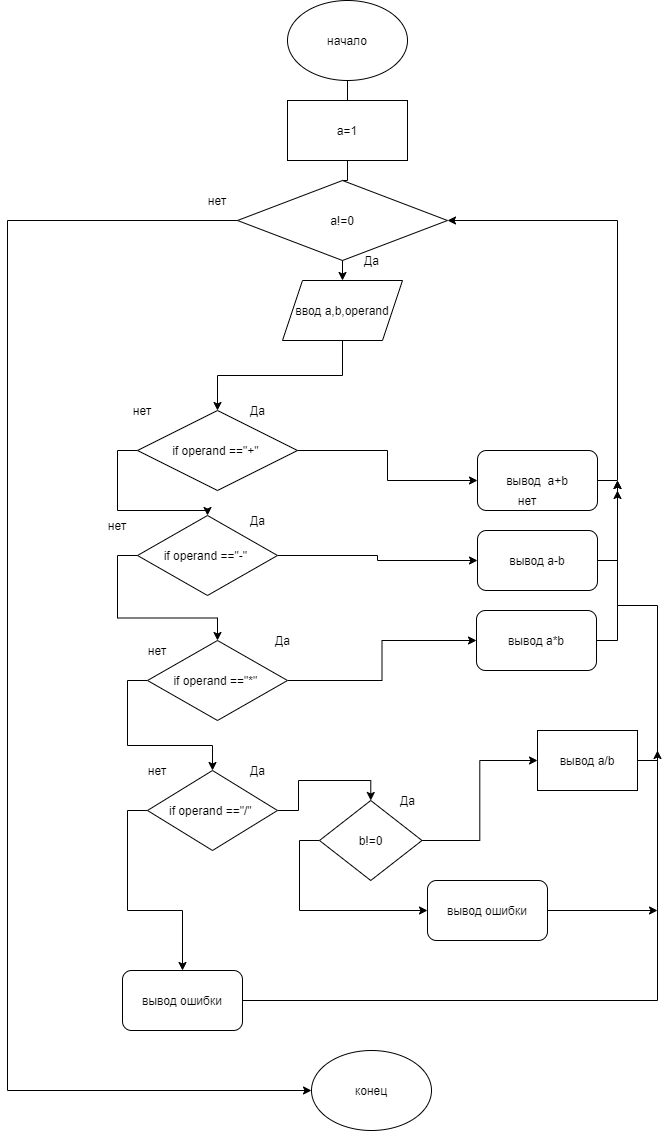
globus024/algorytme keeps this draw.io diagram as less2.png. Above is the earlier version. Source tidied: cells renumbered, new cells last; positions are measured from the earlier drawing's top-left corner, leaving out a move shared by most shapes.
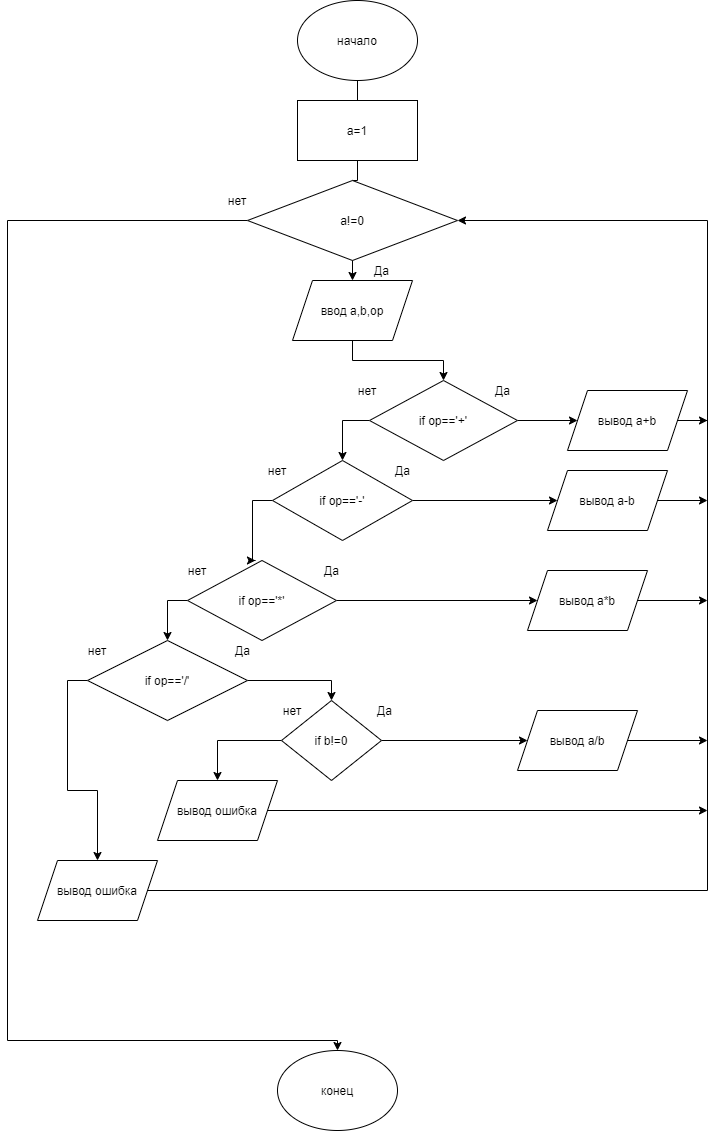
After the commit.

Change to the diagram source:
```diff
@@ -8,17 +8,17 @@
     <mxCell id="3" value="начало" style="ellipse;whiteSpace=wrap;html=1;" parent="1" vertex="1">
       <mxGeometry x="280" width="120" height="80" as="geometry" />
     </mxCell>
-    <mxCell id="4" style="edgeStyle=orthogonalEdgeStyle;rounded=0;jettySize=auto;html=1;exitX=0.5;exitY=1;exitDx=0;exitDy=0;" parent="1" edge="1" source="5" target="11">
-      <mxGeometry relative="1" as="geometry" />
-    </mxCell>
+    <mxCell id="49" style="edgeStyle=orthogonalEdgeStyle;rounded=0;jettySize=auto;html=1;entryX=0.5;entryY=0;entryDx=0;entryDy=0;" parent="1" edge="1" source="5" target="52">
+      <mxGeometry relative="1" as="geometry" />
+    </mxCell>
-    <mxCell id="5" value="ввод a,b,operand" style="shape=parallelogram;perimeter=parallelogramPerimeter;whiteSpace=wrap;html=1;fixedSize=1;" parent="1" vertex="1">
+    <mxCell id="5" value="ввод a,b,op" style="shape=parallelogram;perimeter=parallelogramPerimeter;whiteSpace=wrap;html=1;fixedSize=1;" parent="1" vertex="1">
       <mxGeometry x="275" y="280" width="120" height="60" as="geometry" />
     </mxCell>
     <mxCell id="6" style="edgeStyle=orthogonalEdgeStyle;rounded=0;jettySize=auto;html=1;exitX=0;exitY=0.5;exitDx=0;exitDy=0;" parent="1" edge="1" source="7" target="48">
       <mxGeometry relative="1" as="geometry">
         <Array as="points">
-          <mxPoint y="220" />
-          <mxPoint y="1090" />
+          <mxPoint x="-10" y="220" />
+          <mxPoint x="-10" y="1040" />
         </Array>
       </mxGeometry>
     </mxCell>
@@ -28,135 +28,140 @@
     <mxCell id="8" value="a=1" style="rounded=0;whiteSpace=wrap;html=1;" parent="1" vertex="1">
       <mxGeometry x="280" y="100" width="120" height="60" as="geometry" />
     </mxCell>
-    <mxCell id="9" style="edgeStyle=orthogonalEdgeStyle;rounded=0;jettySize=auto;html=1;exitX=1;exitY=0.5;exitDx=0;exitDy=0;" parent="1" edge="1" source="11" target="13">
-      <mxGeometry relative="1" as="geometry" />
-    </mxCell>
-    <mxCell id="10" style="edgeStyle=orthogonalEdgeStyle;rounded=0;jettySize=auto;html=1;exitX=0;exitY=0.5;exitDx=0;exitDy=0;" parent="1" edge="1" source="11" target="16">
-      <mxGeometry relative="1" as="geometry" />
-    </mxCell>
-    <mxCell id="11" value="if operand ==&quot;+&quot;&amp;nbsp;" style="rhombus;whiteSpace=wrap;html=1;" parent="1" vertex="1">
-      <mxGeometry x="130" y="410" width="160" height="80" as="geometry" />
-    </mxCell>
-    <mxCell id="12" style="edgeStyle=orthogonalEdgeStyle;rounded=0;jettySize=auto;html=1;exitX=1;exitY=0.5;exitDx=0;exitDy=0;entryX=1;entryY=0.5;entryDx=0;entryDy=0;" parent="1" edge="1" source="13" target="7">
-      <mxGeometry relative="1" as="geometry" />
-    </mxCell>
+    <mxCell id="48" value="конец" style="ellipse;whiteSpace=wrap;html=1;" parent="1" vertex="1">
+      <mxGeometry x="260" y="1050" width="120" height="80" as="geometry" />
+    </mxCell>
+    <mxCell id="50" style="edgeStyle=orthogonalEdgeStyle;rounded=0;jettySize=auto;html=1;exitX=1;exitY=0.5;exitDx=0;exitDy=0;entryX=0;entryY=0.5;entryDx=0;entryDy=0;" parent="1" edge="1" source="52" target="13">
+      <mxGeometry relative="1" as="geometry" />
+    </mxCell>
+    <mxCell id="51" style="edgeStyle=orthogonalEdgeStyle;rounded=0;jettySize=auto;html=1;exitX=0;exitY=0.5;exitDx=0;exitDy=0;" parent="1" edge="1" source="52" target="56">
+      <mxGeometry relative="1" as="geometry" />
+    </mxCell>
+    <mxCell id="52" value="if op=='+'" style="rhombus;whiteSpace=wrap;html=1;" parent="1" vertex="1">
+      <mxGeometry x="352" y="380" width="148" height="80" as="geometry" />
+    </mxCell>
+    <mxCell id="53" style="edgeStyle=orthogonalEdgeStyle;rounded=0;jettySize=auto;html=1;" parent="1" edge="1" source="13">
+      <mxGeometry relative="1" as="geometry">
+        <mxPoint x="690" y="420" as="targetPoint" />
+      </mxGeometry>
+    </mxCell>
-    <mxCell id="13" value="вывод&amp;nbsp; a+b" style="rounded=1;whiteSpace=wrap;html=1;" parent="1" vertex="1">
-      <mxGeometry x="470" y="450" width="120" height="60" as="geometry" />
+    <mxCell id="13" value="&lt;span&gt;вывод a+b&lt;/span&gt;" style="shape=parallelogram;perimeter=parallelogramPerimeter;whiteSpace=wrap;html=1;fixedSize=1;" parent="1" vertex="1">
+      <mxGeometry x="550" y="390" width="120" height="60" as="geometry" />
     </mxCell>
-    <mxCell id="14" style="edgeStyle=orthogonalEdgeStyle;rounded=0;jettySize=auto;html=1;entryX=0;entryY=0.5;entryDx=0;entryDy=0;" parent="1" edge="1" source="16" target="19">
-      <mxGeometry relative="1" as="geometry" />
-    </mxCell>
-    <mxCell id="15" style="edgeStyle=orthogonalEdgeStyle;rounded=0;jettySize=auto;html=1;exitX=0;exitY=0.5;exitDx=0;exitDy=0;" parent="1" edge="1" source="16" target="23">
-      <mxGeometry relative="1" as="geometry" />
-    </mxCell>
-    <mxCell id="16" value="&lt;span&gt;if operand ==&quot;-&quot;&amp;nbsp;&lt;/span&gt;" style="rhombus;whiteSpace=wrap;html=1;" parent="1" vertex="1">
-      <mxGeometry x="130" y="515" width="140" height="80" as="geometry" />
-    </mxCell>
-    <mxCell id="17" value="Да" style="text;html=1;align=center;verticalAlign=middle;" parent="1" vertex="1">
-      <mxGeometry x="235" y="400" width="30" height="20" as="geometry" />
-    </mxCell>
-    <mxCell id="18" style="edgeStyle=orthogonalEdgeStyle;rounded=0;jettySize=auto;html=1;exitX=1;exitY=0.5;exitDx=0;exitDy=0;" parent="1" edge="1" source="19">
-      <mxGeometry relative="1" as="geometry">
-        <mxPoint x="610" y="480" as="targetPoint" />
-      </mxGeometry>
-    </mxCell>
+    <mxCell id="54" style="edgeStyle=orthogonalEdgeStyle;rounded=0;jettySize=auto;html=1;exitX=1;exitY=0.5;exitDx=0;exitDy=0;entryX=0;entryY=0.5;entryDx=0;entryDy=0;" parent="1" edge="1" source="56" target="19">
+      <mxGeometry relative="1" as="geometry" />
+    </mxCell>
+    <mxCell id="55" style="edgeStyle=orthogonalEdgeStyle;rounded=0;jettySize=auto;html=1;exitX=0;exitY=0.5;exitDx=0;exitDy=0;entryX=0.456;entryY=0;entryDx=0;entryDy=0;entryPerimeter=0;" parent="1" edge="1" source="56" target="63">
+      <mxGeometry relative="1" as="geometry" />
+    </mxCell>
+    <mxCell id="56" value="&lt;span&gt;if op=='-'&lt;/span&gt;" style="rhombus;whiteSpace=wrap;html=1;" parent="1" vertex="1">
+      <mxGeometry x="255" y="460" width="140" height="80" as="geometry" />
+    </mxCell>
+    <mxCell id="57" style="edgeStyle=orthogonalEdgeStyle;rounded=0;jettySize=auto;html=1;" parent="1" edge="1" source="19">
+      <mxGeometry relative="1" as="geometry">
+        <mxPoint x="690" y="500" as="targetPoint" />
+      </mxGeometry>
+    </mxCell>
-    <mxCell id="19" value="вывод a-b" style="rounded=1;whiteSpace=wrap;html=1;" parent="1" vertex="1">
-      <mxGeometry x="470" y="530" width="120" height="60" as="geometry" />
+    <mxCell id="19" value="&lt;span&gt;вывод a-b&lt;/span&gt;" style="shape=parallelogram;perimeter=parallelogramPerimeter;whiteSpace=wrap;html=1;fixedSize=1;" parent="1" vertex="1">
+      <mxGeometry x="530" y="470" width="120" height="60" as="geometry" />
     </mxCell>
-    <mxCell id="20" value="Да" style="text;html=1;align=center;verticalAlign=middle;" parent="1" vertex="1">
-      <mxGeometry x="235" y="510" width="30" height="20" as="geometry" />
-    </mxCell>
-    <mxCell id="21" style="edgeStyle=orthogonalEdgeStyle;rounded=0;jettySize=auto;html=1;exitX=1;exitY=0.5;exitDx=0;exitDy=0;entryX=0;entryY=0.5;entryDx=0;entryDy=0;" parent="1" edge="1" source="23" target="25">
-      <mxGeometry relative="1" as="geometry" />
-    </mxCell>
-    <mxCell id="22" style="edgeStyle=orthogonalEdgeStyle;rounded=0;jettySize=auto;html=1;exitX=0;exitY=0.5;exitDx=0;exitDy=0;" parent="1" edge="1" source="23" target="32">
-      <mxGeometry relative="1" as="geometry" />
-    </mxCell>
-    <mxCell id="23" value="&lt;span&gt;if operand ==&quot;*&quot;&amp;nbsp;&lt;/span&gt;" style="rhombus;whiteSpace=wrap;html=1;" parent="1" vertex="1">
-      <mxGeometry x="140" y="640" width="140" height="80" as="geometry" />
-    </mxCell>
-    <mxCell id="24" style="edgeStyle=orthogonalEdgeStyle;rounded=0;jettySize=auto;html=1;exitX=1;exitY=0.5;exitDx=0;exitDy=0;" parent="1" edge="1" source="25">
-      <mxGeometry relative="1" as="geometry">
-        <mxPoint x="610" y="490" as="targetPoint" />
-      </mxGeometry>
-    </mxCell>
+    <mxCell id="58" style="edgeStyle=orthogonalEdgeStyle;rounded=0;jettySize=auto;html=1;entryX=0.5;entryY=0;entryDx=0;entryDy=0;" parent="1" edge="1" source="60" target="68">
+      <mxGeometry relative="1" as="geometry" />
+    </mxCell>
+    <mxCell id="59" style="edgeStyle=orthogonalEdgeStyle;rounded=0;jettySize=auto;html=1;exitX=0;exitY=0.5;exitDx=0;exitDy=0;entryX=0.5;entryY=0;entryDx=0;entryDy=0;" parent="1" edge="1" source="60" target="72">
+      <mxGeometry relative="1" as="geometry" />
+    </mxCell>
+    <mxCell id="60" value="&lt;span&gt;if op=='/'&lt;/span&gt;" style="rhombus;whiteSpace=wrap;html=1;" parent="1" vertex="1">
+      <mxGeometry x="70" y="640" width="160" height="80" as="geometry" />
+    </mxCell>
+    <mxCell id="61" style="edgeStyle=orthogonalEdgeStyle;rounded=0;jettySize=auto;html=1;entryX=0;entryY=0.5;entryDx=0;entryDy=0;" parent="1" edge="1" source="63" target="25">
+      <mxGeometry relative="1" as="geometry" />
+    </mxCell>
+    <mxCell id="62" style="edgeStyle=orthogonalEdgeStyle;rounded=0;jettySize=auto;html=1;exitX=0;exitY=0.5;exitDx=0;exitDy=0;entryX=0.5;entryY=0;entryDx=0;entryDy=0;" parent="1" edge="1" source="63" target="60">
+      <mxGeometry relative="1" as="geometry" />
+    </mxCell>
+    <mxCell id="63" value="&lt;span&gt;if op=='*'&lt;/span&gt;" style="rhombus;whiteSpace=wrap;html=1;" parent="1" vertex="1">
+      <mxGeometry x="170" y="560" width="149" height="80" as="geometry" />
+    </mxCell>
+    <mxCell id="64" style="edgeStyle=orthogonalEdgeStyle;rounded=0;jettySize=auto;html=1;" parent="1" edge="1" source="25">
+      <mxGeometry relative="1" as="geometry">
+        <mxPoint x="690" y="600" as="targetPoint" />
+      </mxGeometry>
+    </mxCell>
-    <mxCell id="25" value="вывод a*b" style="rounded=1;whiteSpace=wrap;html=1;" parent="1" vertex="1">
-      <mxGeometry x="469" y="610" width="120" height="60" as="geometry" />
+    <mxCell id="25" value="&lt;span&gt;вывод a*b&lt;/span&gt;" style="shape=parallelogram;perimeter=parallelogramPerimeter;whiteSpace=wrap;html=1;fixedSize=1;" parent="1" vertex="1">
+      <mxGeometry x="510" y="570" width="120" height="60" as="geometry" />
     </mxCell>
-    <mxCell id="26" value="нет" style="text;html=1;strokeColor=none;fillColor=none;align=center;verticalAlign=middle;whiteSpace=wrap;rounded=0;" parent="1" vertex="1">
-      <mxGeometry x="115" y="400" width="40" height="20" as="geometry" />
-    </mxCell>
-    <mxCell id="27" value="нет" style="text;html=1;strokeColor=none;fillColor=none;align=center;verticalAlign=middle;whiteSpace=wrap;rounded=0;" parent="1" vertex="1">
-      <mxGeometry x="90" y="515" width="40" height="20" as="geometry" />
-    </mxCell>
-    <mxCell id="28" value="нет" style="text;html=1;strokeColor=none;fillColor=none;align=center;verticalAlign=middle;whiteSpace=wrap;rounded=0;" parent="1" vertex="1">
-      <mxGeometry x="130" y="640" width="40" height="20" as="geometry" />
-    </mxCell>
-    <mxCell id="29" value="Да" style="text;html=1;align=center;verticalAlign=middle;" parent="1" vertex="1">
-      <mxGeometry x="260" y="630" width="30" height="20" as="geometry" />
-    </mxCell>
-    <mxCell id="30" style="edgeStyle=orthogonalEdgeStyle;rounded=0;jettySize=auto;html=1;exitX=1;exitY=0.5;exitDx=0;exitDy=0;entryX=0.5;entryY=0;entryDx=0;entryDy=0;" parent="1" edge="1" source="32" target="35">
-      <mxGeometry relative="1" as="geometry" />
-    </mxCell>
-    <mxCell id="31" style="edgeStyle=orthogonalEdgeStyle;rounded=0;jettySize=auto;html=1;exitX=0;exitY=0.5;exitDx=0;exitDy=0;" parent="1" edge="1" source="32" target="40">
-      <mxGeometry relative="1" as="geometry" />
-    </mxCell>
-    <mxCell id="32" value="&lt;span&gt;if operand ==&quot;/&quot;&amp;nbsp;&lt;/span&gt;" style="rhombus;whiteSpace=wrap;html=1;" parent="1" vertex="1">
-      <mxGeometry x="140" y="770" width="130" height="80" as="geometry" />
-    </mxCell>
-    <mxCell id="33" style="edgeStyle=orthogonalEdgeStyle;rounded=0;jettySize=auto;html=1;exitX=1;exitY=0.5;exitDx=0;exitDy=0;entryX=0;entryY=0.5;entryDx=0;entryDy=0;" parent="1" edge="1" source="35" target="38">
-      <mxGeometry relative="1" as="geometry" />
-    </mxCell>
-    <mxCell id="34" style="edgeStyle=orthogonalEdgeStyle;rounded=0;jettySize=auto;html=1;exitX=0;exitY=0.5;exitDx=0;exitDy=0;" parent="1" edge="1" source="35" target="42">
-      <mxGeometry relative="1" as="geometry" />
-    </mxCell>
-    <mxCell id="35" value="b!=0" style="rhombus;whiteSpace=wrap;html=1;" parent="1" vertex="1">
-      <mxGeometry x="312" y="800" width="102.5" height="80" as="geometry" />
-    </mxCell>
-    <mxCell id="36" value="Да" style="text;html=1;align=center;verticalAlign=middle;" parent="1" vertex="1">
-      <mxGeometry x="235" y="760" width="30" height="20" as="geometry" />
-    </mxCell>
-    <mxCell id="37" style="edgeStyle=orthogonalEdgeStyle;rounded=0;jettySize=auto;html=1;exitX=1;exitY=0.5;exitDx=0;exitDy=0;" parent="1" edge="1" source="38">
-      <mxGeometry relative="1" as="geometry">
-        <mxPoint x="610" y="480" as="targetPoint" />
-      </mxGeometry>
-    </mxCell>
+    <mxCell id="65" style="edgeStyle=orthogonalEdgeStyle;rounded=0;jettySize=auto;html=1;" parent="1" edge="1" source="38">
+      <mxGeometry relative="1" as="geometry">
+        <mxPoint x="690" y="740" as="targetPoint" />
+      </mxGeometry>
+    </mxCell>
-    <mxCell id="38" value="вывод a/b" style="rounded=0;whiteSpace=wrap;html=1;" parent="1" vertex="1">
-      <mxGeometry x="530" y="730" width="100" height="60" as="geometry" />
+    <mxCell id="38" value="&lt;span&gt;вывод a/b&lt;/span&gt;" style="shape=parallelogram;perimeter=parallelogramPerimeter;whiteSpace=wrap;html=1;fixedSize=1;" parent="1" vertex="1">
+      <mxGeometry x="500" y="710" width="120" height="60" as="geometry" />
     </mxCell>
-    <mxCell id="39" style="edgeStyle=orthogonalEdgeStyle;rounded=0;jettySize=auto;html=1;" parent="1" edge="1" source="40">
-      <mxGeometry relative="1" as="geometry">
-        <mxPoint x="650" y="750" as="targetPoint" />
-      </mxGeometry>
-    </mxCell>
-    <mxCell id="40" value="вывод ошибки" style="rounded=1;whiteSpace=wrap;html=1;" parent="1" vertex="1">
-      <mxGeometry x="115" y="970" width="120" height="60" as="geometry" />
-    </mxCell>
-    <mxCell id="41" style="edgeStyle=orthogonalEdgeStyle;rounded=0;jettySize=auto;html=1;exitX=1;exitY=0.5;exitDx=0;exitDy=0;" parent="1" edge="1" source="42">
-      <mxGeometry relative="1" as="geometry">
-        <mxPoint x="650" y="910" as="targetPoint" />
-      </mxGeometry>
-    </mxCell>
-    <mxCell id="42" value="&lt;span&gt;вывод ошибки&lt;/span&gt;" style="rounded=1;whiteSpace=wrap;html=1;" parent="1" vertex="1">
-      <mxGeometry x="420" y="880" width="120" height="60" as="geometry" />
-    </mxCell>
-    <mxCell id="43" value="нет" style="text;html=1;strokeColor=none;fillColor=none;align=center;verticalAlign=middle;whiteSpace=wrap;rounded=0;" parent="1" vertex="1">
-      <mxGeometry x="130" y="760" width="40" height="20" as="geometry" />
-    </mxCell>
-    <mxCell id="44" value="Да" style="text;html=1;align=center;verticalAlign=middle;" parent="1" vertex="1">
-      <mxGeometry x="384.5" y="790" width="30" height="20" as="geometry" />
-    </mxCell>
-    <mxCell id="45" value="Да" style="text;html=1;align=center;verticalAlign=middle;" parent="1" vertex="1">
-      <mxGeometry x="349" y="250" width="30" height="20" as="geometry" />
-    </mxCell>
-    <mxCell id="46" value="нет" style="text;html=1;strokeColor=none;fillColor=none;align=center;verticalAlign=middle;whiteSpace=wrap;rounded=0;" parent="1" vertex="1">
-      <mxGeometry x="500" y="490" width="40" height="20" as="geometry" />
-    </mxCell>
-    <mxCell id="47" value="нет" style="text;html=1;strokeColor=none;fillColor=none;align=center;verticalAlign=middle;whiteSpace=wrap;rounded=0;" parent="1" vertex="1">
-      <mxGeometry x="190" y="190" width="40" height="20" as="geometry" />
-    </mxCell>
-    <mxCell id="48" value="конец" style="ellipse;whiteSpace=wrap;html=1;" parent="1" vertex="1">
-      <mxGeometry x="304" y="1050" width="120" height="80" as="geometry" />
-    </mxCell>
+    <mxCell id="66" style="edgeStyle=orthogonalEdgeStyle;rounded=0;jettySize=auto;html=1;exitX=1;exitY=0.5;exitDx=0;exitDy=0;entryX=0;entryY=0.5;entryDx=0;entryDy=0;" parent="1" edge="1" source="68" target="38">
+      <mxGeometry relative="1" as="geometry" />
+    </mxCell>
+    <mxCell id="67" style="edgeStyle=orthogonalEdgeStyle;rounded=0;jettySize=auto;html=1;entryX=0.5;entryY=0;entryDx=0;entryDy=0;" parent="1" edge="1" source="68" target="70">
+      <mxGeometry relative="1" as="geometry" />
+    </mxCell>
+    <mxCell id="68" value="if b!=0" style="rhombus;whiteSpace=wrap;html=1;" parent="1" vertex="1">
+      <mxGeometry x="264" y="700" width="100" height="80" as="geometry" />
+    </mxCell>
+    <mxCell id="69" style="edgeStyle=orthogonalEdgeStyle;rounded=0;jettySize=auto;html=1;" parent="1" edge="1" source="70">
+      <mxGeometry relative="1" as="geometry">
+        <mxPoint x="690" y="810" as="targetPoint" />
+      </mxGeometry>
+    </mxCell>
+    <mxCell id="70" value="&lt;span&gt;вывод ошибка&lt;/span&gt;" style="shape=parallelogram;perimeter=parallelogramPerimeter;whiteSpace=wrap;html=1;fixedSize=1;" parent="1" vertex="1">
+      <mxGeometry x="140" y="780" width="120" height="60" as="geometry" />
+    </mxCell>
+    <mxCell id="71" style="edgeStyle=orthogonalEdgeStyle;rounded=0;jettySize=auto;html=1;entryX=1;entryY=0.5;entryDx=0;entryDy=0;" parent="1" edge="1" source="72" target="7">
+      <mxGeometry relative="1" as="geometry">
+        <Array as="points">
+          <mxPoint x="690" y="890" />
+          <mxPoint x="690" y="220" />
+        </Array>
+      </mxGeometry>
+    </mxCell>
+    <mxCell id="72" value="вывод ошибка" style="shape=parallelogram;perimeter=parallelogramPerimeter;whiteSpace=wrap;html=1;fixedSize=1;" parent="1" vertex="1">
+      <mxGeometry x="20" y="860" width="120" height="60" as="geometry" />
+    </mxCell>
+    <mxCell id="73" value="Да" style="text;html=1;align=center;verticalAlign=middle;" parent="1" vertex="1">
+      <mxGeometry x="370" y="460" width="30" height="20" as="geometry" />
+    </mxCell>
+    <mxCell id="74" value="Да" style="text;html=1;align=center;verticalAlign=middle;" parent="1" vertex="1">
+      <mxGeometry x="470" y="380" width="30" height="20" as="geometry" />
+    </mxCell>
+    <mxCell id="75" value="Да" style="text;html=1;align=center;verticalAlign=middle;" parent="1" vertex="1">
+      <mxGeometry x="299" y="560" width="30" height="20" as="geometry" />
+    </mxCell>
+    <mxCell id="76" value="Да" style="text;html=1;align=center;verticalAlign=middle;" parent="1" vertex="1">
+      <mxGeometry x="210" y="640" width="30" height="20" as="geometry" />
+    </mxCell>
+    <mxCell id="77" value="Да" style="text;html=1;align=center;verticalAlign=middle;" parent="1" vertex="1">
+      <mxGeometry x="349" y="260" width="30" height="20" as="geometry" />
+    </mxCell>
+    <mxCell id="78" value="Да" style="text;html=1;align=center;verticalAlign=middle;" parent="1" vertex="1">
+      <mxGeometry x="352" y="700" width="30" height="20" as="geometry" />
+    </mxCell>
+    <mxCell id="79" value="нет" style="text;html=1;strokeColor=none;fillColor=none;align=center;verticalAlign=middle;whiteSpace=wrap;rounded=0;" parent="1" vertex="1">
+      <mxGeometry x="255" y="700" width="40" height="20" as="geometry" />
+    </mxCell>
+    <mxCell id="80" value="нет" style="text;html=1;strokeColor=none;fillColor=none;align=center;verticalAlign=middle;whiteSpace=wrap;rounded=0;" parent="1" vertex="1">
+      <mxGeometry x="60" y="640" width="40" height="20" as="geometry" />
+    </mxCell>
+    <mxCell id="81" value="нет" style="text;html=1;strokeColor=none;fillColor=none;align=center;verticalAlign=middle;whiteSpace=wrap;rounded=0;" parent="1" vertex="1">
+      <mxGeometry x="160" y="560" width="40" height="20" as="geometry" />
+    </mxCell>
+    <mxCell id="82" value="нет" style="text;html=1;strokeColor=none;fillColor=none;align=center;verticalAlign=middle;whiteSpace=wrap;rounded=0;" parent="1" vertex="1">
+      <mxGeometry x="240" y="460" width="40" height="20" as="geometry" />
+    </mxCell>
+    <mxCell id="83" value="нет" style="text;html=1;strokeColor=none;fillColor=none;align=center;verticalAlign=middle;whiteSpace=wrap;rounded=0;" parent="1" vertex="1">
+      <mxGeometry x="200" y="190" width="40" height="20" as="geometry" />
+    </mxCell>
+    <mxCell id="84" value="нет" style="text;html=1;strokeColor=none;fillColor=none;align=center;verticalAlign=middle;whiteSpace=wrap;rounded=0;" parent="1" vertex="1">
+      <mxGeometry x="330" y="380" width="40" height="20" as="geometry" />
+    </mxCell>
   </root>
 </mxGraphModel>
```
